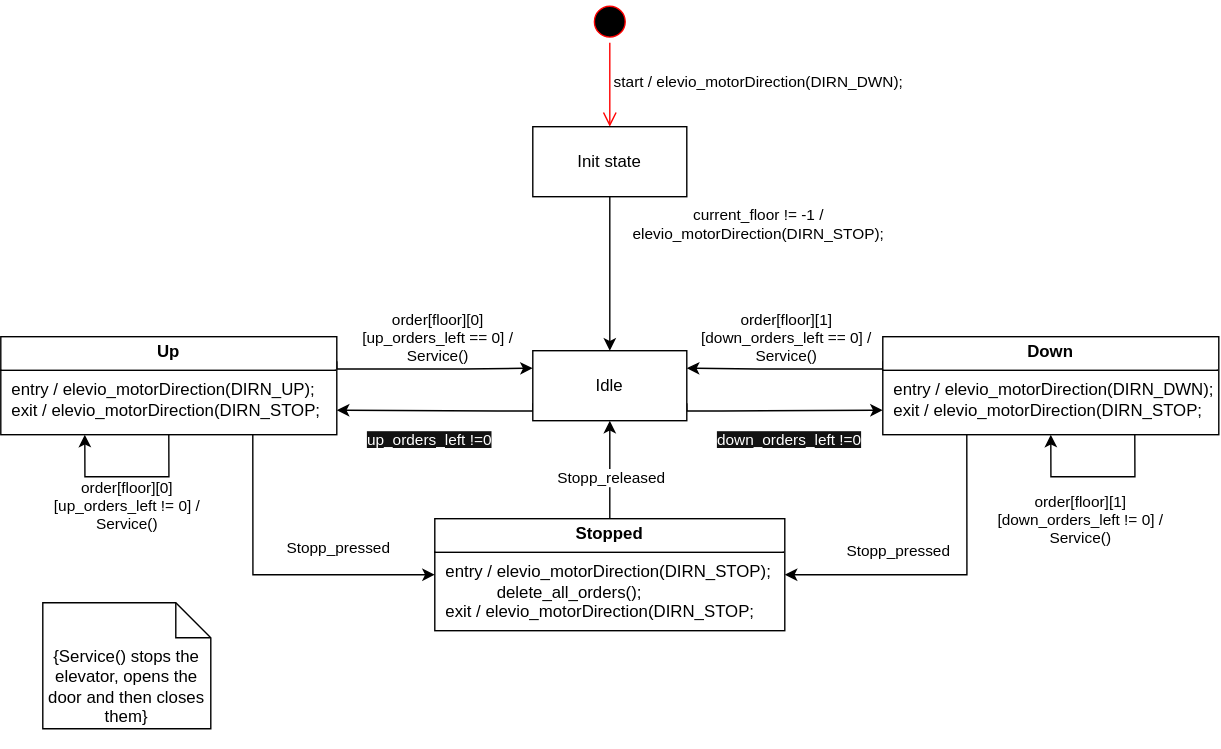
Above: Rapport/media/State_diagram2.svg in Wiacer/Heislab (draw.io), before the change. Source tidied: cells renumbered, new cells last; positions are measured from the earlier drawing's top-left corner, leaving out a move shared by most shapes. The source it was exported from:
```xml
<mxGraphModel>
  <root>
    <mxCell id="0" />
    <mxCell id="1" parent="0" />
    <mxCell id="2" style="ellipse;html=1;shape=startState;fillColor=#000000;strokeColor=#ff0000;" parent="1" vertex="1">
      <mxGeometry x="420" width="30" height="30" as="geometry" />
    </mxCell>
    <mxCell id="3" style="edgeStyle=orthogonalEdgeStyle;html=1;verticalAlign=bottom;endArrow=open;endSize=8;strokeColor=#ff0000;rounded=0;" parent="1" edge="1" source="2">
      <mxGeometry relative="1" as="geometry">
        <mxPoint x="435" y="90" as="targetPoint" />
      </mxGeometry>
    </mxCell>
    <mxCell id="4" value="start / elevio_motorDirection(DIRN_DWN);" style="edgeLabel;html=1;align=center;verticalAlign=middle;" parent="3" vertex="1">
      <mxGeometry x="-0.09" y="-1" relative="1" as="geometry">
        <mxPoint x="106" as="offset" />
      </mxGeometry>
    </mxCell>
    <mxCell id="5" style="edgeStyle=orthogonalEdgeStyle;rounded=0;jettySize=auto;html=1;entryX=0.5;entryY=0;entryDx=0;entryDy=0;" parent="1" edge="1" source="7" target="10">
      <mxGeometry relative="1" as="geometry" />
    </mxCell>
    <mxCell id="6" value="current_floor != -1 /&lt;br&gt;&amp;nbsp;elevio_motorDirection(DIRN_STOP);&amp;nbsp;" style="edgeLabel;html=1;align=center;verticalAlign=middle;" parent="5" vertex="1">
      <mxGeometry x="0.06" y="2" relative="1" as="geometry">
        <mxPoint x="103" y="-39" as="offset" />
      </mxGeometry>
    </mxCell>
    <mxCell id="7" value="Init state" style="html=1;whiteSpace=wrap;" parent="1" vertex="1">
      <mxGeometry x="380" y="90" width="110" height="50" as="geometry" />
    </mxCell>
    <mxCell id="8" style="edgeStyle=orthogonalEdgeStyle;rounded=0;jettySize=auto;html=1;exitX=0;exitY=0.75;exitDx=0;exitDy=0;entryX=1;entryY=0.75;entryDx=0;entryDy=0;" parent="1" edge="1" source="10" target="13">
      <mxGeometry relative="1" as="geometry">
        <Array as="points">
          <mxPoint x="380" y="293" />
          <mxPoint x="355" y="293" />
        </Array>
      </mxGeometry>
    </mxCell>
    <mxCell id="9" style="edgeStyle=orthogonalEdgeStyle;rounded=0;jettySize=auto;html=1;exitX=1;exitY=0.75;exitDx=0;exitDy=0;entryX=0;entryY=0.75;entryDx=0;entryDy=0;" parent="1" edge="1" source="10" target="17">
      <mxGeometry relative="1" as="geometry">
        <Array as="points">
          <mxPoint x="490" y="293" />
          <mxPoint x="515" y="293" />
        </Array>
      </mxGeometry>
    </mxCell>
    <mxCell id="10" value="Idle" style="html=1;whiteSpace=wrap;" parent="1" vertex="1">
      <mxGeometry x="380" y="250" width="110" height="50" as="geometry" />
    </mxCell>
    <mxCell id="11" style="edgeStyle=orthogonalEdgeStyle;rounded=0;jettySize=auto;html=1;exitX=0.75;exitY=1;exitDx=0;exitDy=0;entryX=0;entryY=0.5;entryDx=0;entryDy=0;" parent="1" edge="1" source="13" target="29">
      <mxGeometry relative="1" as="geometry" />
    </mxCell>
    <mxCell id="12" style="edgeStyle=orthogonalEdgeStyle;rounded=0;jettySize=auto;html=1;exitX=1;exitY=0.25;exitDx=0;exitDy=0;entryX=0;entryY=0.25;entryDx=0;entryDy=0;" parent="1" edge="1" source="13" target="10">
      <mxGeometry relative="1" as="geometry">
        <Array as="points">
          <mxPoint x="330" y="263" />
          <mxPoint x="355" y="263" />
        </Array>
      </mxGeometry>
    </mxCell>
    <mxCell id="13" value="&lt;p style=&quot;margin: 4px 0px 0px; text-align: center;&quot;&gt;&lt;b style=&quot;&quot;&gt;Up&lt;/b&gt;&lt;/p&gt;&lt;hr size=&quot;1&quot; style=&quot;border-style:solid;&quot;&gt;&lt;p style=&quot;margin:0px;margin-left:8px;&quot;&gt;&lt;span style=&quot;background-color: transparent; color: light-dark(rgb(0, 0, 0), rgb(255, 255, 255));&quot;&gt;entry / elevio_motorDirection(DIRN_UP);&lt;/span&gt;&lt;/p&gt;&lt;p style=&quot;margin:0px;margin-left:8px;&quot;&gt;exit / elevio_motorDirection(DIRN_STOP;&lt;span style=&quot;background-color: transparent; color: light-dark(rgb(0, 0, 0), rgb(255, 255, 255));&quot;&gt;&lt;/span&gt;&lt;/p&gt;" style="verticalAlign=top;align=left;overflow=fill;html=1;whiteSpace=wrap;" parent="1" vertex="1">
      <mxGeometry y="240" width="240" height="70" as="geometry" />
    </mxCell>
    <mxCell id="14" style="edgeStyle=orthogonalEdgeStyle;rounded=0;jettySize=auto;html=1;exitX=0.25;exitY=1;exitDx=0;exitDy=0;entryX=1;entryY=0.5;entryDx=0;entryDy=0;" parent="1" edge="1" source="17" target="29">
      <mxGeometry relative="1" as="geometry" />
    </mxCell>
    <mxCell id="15" value="Stopp_pressed" style="edgeLabel;html=1;align=center;verticalAlign=middle;" parent="14" vertex="1">
      <mxGeometry x="-0.42" y="-1" relative="1" as="geometry">
        <mxPoint x="-49" y="15" as="offset" />
      </mxGeometry>
    </mxCell>
    <mxCell id="16" style="edgeStyle=orthogonalEdgeStyle;rounded=0;jettySize=auto;html=1;exitX=0;exitY=0.25;exitDx=0;exitDy=0;entryX=1;entryY=0.25;entryDx=0;entryDy=0;" parent="1" edge="1" source="17" target="10">
      <mxGeometry relative="1" as="geometry">
        <Array as="points">
          <mxPoint x="540" y="263" />
          <mxPoint x="515" y="263" />
        </Array>
      </mxGeometry>
    </mxCell>
    <mxCell id="17" value="&lt;p style=&quot;margin: 4px 0px 0px; text-align: center;&quot;&gt;&lt;b&gt;Down&lt;/b&gt;&lt;/p&gt;&lt;hr size=&quot;1&quot; style=&quot;border-style:solid;&quot;&gt;&lt;p style=&quot;margin:0px;margin-left:8px;&quot;&gt;&lt;span style=&quot;background-color: transparent; color: light-dark(rgb(0, 0, 0), rgb(255, 255, 255));&quot;&gt;entry / elevio_motorDirection(DIRN_DWN&lt;/span&gt;&lt;span style=&quot;background-color: transparent; color: light-dark(rgb(0, 0, 0), rgb(255, 255, 255));&quot;&gt;);&lt;/span&gt;&lt;/p&gt;&lt;p style=&quot;margin:0px;margin-left:8px;&quot;&gt;exit / elevio_motorDirection(DIRN_STOP;&lt;span style=&quot;background-color: transparent; color: light-dark(rgb(0, 0, 0), rgb(255, 255, 255));&quot;&gt;&lt;/span&gt;&lt;/p&gt;" style="verticalAlign=top;align=left;overflow=fill;html=1;whiteSpace=wrap;" parent="1" vertex="1">
      <mxGeometry x="630" y="240" width="240" height="70" as="geometry" />
    </mxCell>
    <mxCell id="18" style="edgeStyle=orthogonalEdgeStyle;rounded=0;orthogonalLoop=1;jettySize=auto;html=1;exitX=0.5;exitY=1;exitDx=0;exitDy=0;entryX=0.25;entryY=1;entryDx=0;entryDy=0;" parent="1" edge="1" source="13" target="13">
      <mxGeometry relative="1" as="geometry">
        <Array as="points">
          <mxPoint x="120" y="340" />
          <mxPoint x="60" y="340" />
        </Array>
      </mxGeometry>
    </mxCell>
    <mxCell id="19" value="order[floor][0]&lt;br&gt;[up_orders_left != 0] / &lt;br&gt;Service()" style="edgeLabel;html=1;align=center;verticalAlign=middle;" parent="18" vertex="1">
      <mxGeometry x="-0.01" y="1" relative="1" as="geometry">
        <mxPoint x="-1" y="19" as="offset" />
      </mxGeometry>
    </mxCell>
    <mxCell id="20" style="edgeStyle=orthogonalEdgeStyle;rounded=0;jettySize=auto;html=1;exitX=0.75;exitY=1;exitDx=0;exitDy=0;entryX=0.5;entryY=1;entryDx=0;entryDy=0;" parent="1" edge="1" target="17">
      <mxGeometry relative="1" as="geometry">
        <mxPoint x="810" y="310" as="sourcePoint" />
        <Array as="points">
          <mxPoint x="810" y="340" />
          <mxPoint x="750" y="340" />
        </Array>
      </mxGeometry>
    </mxCell>
    <mxCell id="21" value="{Service() stops the elevator, opens the door and then closes them&lt;span style=&quot;background-color: transparent; color: light-dark(rgb(0, 0, 0), rgb(255, 255, 255));&quot;&gt;}&lt;/span&gt;&lt;div&gt;&lt;div&gt;&lt;br&gt;&lt;/div&gt;&lt;/div&gt;" style="shape=note2;boundedLbl=1;whiteSpace=wrap;html=1;size=25;verticalAlign=top;align=center;" parent="1" vertex="1">
      <mxGeometry x="30" y="430" width="120" height="90" as="geometry" />
    </mxCell>
    <mxCell id="22" value="order[floor][1]&lt;br&gt;[down_orders_left != 0] / &lt;br&gt;Service()" style="edgeLabel;html=1;align=center;verticalAlign=middle;" parent="1" vertex="1">
      <mxGeometry x="770" y="370" as="geometry" />
    </mxCell>
    <mxCell id="23" value="order[floor][1]&lt;br&gt;[down_orders_left == 0] / &lt;br&gt;Service()" style="edgeLabel;html=1;align=center;verticalAlign=middle;" parent="1" vertex="1">
      <mxGeometry x="560" y="240" as="geometry" />
    </mxCell>
    <mxCell id="24" value="order[floor][0]&lt;br&gt;[up_orders_left == 0] / &lt;br&gt;Service()" style="edgeLabel;html=1;align=center;verticalAlign=middle;" parent="1" vertex="1">
      <mxGeometry x="310" y="240" as="geometry">
        <mxPoint x="1" as="offset" />
      </mxGeometry>
    </mxCell>
    <mxCell id="25" value="&lt;span style=&quot;color: rgb(255, 255, 255); font-family: Helvetica; font-size: 11px; font-style: normal; font-variant-ligatures: normal; font-variant-caps: normal; font-weight: 400; letter-spacing: normal; orphans: 2; text-align: center; text-indent: 0px; text-transform: none; widows: 2; word-spacing: 0px; -webkit-text-stroke-width: 0px; white-space: nowrap; background-color: rgb(18, 18, 18); text-decoration-thickness: initial; text-decoration-style: initial; text-decoration-color: initial; display: inline !important; float: none;&quot;&gt;up_orders_left !=0&lt;/span&gt;" style="text;whiteSpace=wrap;html=1;" parent="1" vertex="1">
      <mxGeometry x="260" y="300" width="100" height="30" as="geometry" />
    </mxCell>
    <mxCell id="26" value="&lt;span style=&quot;color: rgb(255, 255, 255); font-family: Helvetica; font-size: 11px; font-style: normal; font-variant-ligatures: normal; font-variant-caps: normal; font-weight: 400; letter-spacing: normal; orphans: 2; text-align: center; text-indent: 0px; text-transform: none; widows: 2; word-spacing: 0px; -webkit-text-stroke-width: 0px; white-space: nowrap; background-color: rgb(18, 18, 18); text-decoration-thickness: initial; text-decoration-style: initial; text-decoration-color: initial; display: inline !important; float: none;&quot;&gt;down_orders_left !=0&lt;/span&gt;" style="text;whiteSpace=wrap;html=1;" parent="1" vertex="1">
      <mxGeometry x="510" y="300" width="100" height="30" as="geometry" />
    </mxCell>
    <mxCell id="27" style="edgeStyle=orthogonalEdgeStyle;rounded=0;jettySize=auto;html=1;" parent="1" edge="1" source="29" target="10">
      <mxGeometry relative="1" as="geometry" />
    </mxCell>
    <mxCell id="28" value="Stopp_released" style="edgeLabel;html=1;align=center;verticalAlign=middle;" parent="27" vertex="1">
      <mxGeometry x="-0.01" y="1" relative="1" as="geometry">
        <mxPoint x="1" y="5" as="offset" />
      </mxGeometry>
    </mxCell>
    <mxCell id="29" value="&lt;p style=&quot;margin: 4px 0px 0px; text-align: center;&quot;&gt;&lt;b&gt;Stopped&lt;/b&gt;&lt;/p&gt;&lt;hr size=&quot;1&quot; style=&quot;border-style:solid;&quot;&gt;&lt;p style=&quot;margin:0px;margin-left:8px;&quot;&gt;&lt;span style=&quot;background-color: transparent; color: light-dark(rgb(0, 0, 0), rgb(255, 255, 255));&quot;&gt;entry / elevio_motorDirection(DIRN_STOP&lt;/span&gt;&lt;span style=&quot;background-color: transparent; color: light-dark(rgb(0, 0, 0), rgb(255, 255, 255));&quot;&gt;);&lt;br&gt;&lt;span style=&quot;white-space: pre;&quot;&gt;&#9;&lt;/span&gt;&amp;nbsp; &amp;nbsp;delete_all_orders();&lt;br&gt;&lt;/span&gt;&lt;/p&gt;&lt;p style=&quot;margin:0px;margin-left:8px;&quot;&gt;exit / elevio_motorDirection(DIRN_STOP;&lt;span style=&quot;background-color: transparent; color: light-dark(rgb(0, 0, 0), rgb(255, 255, 255));&quot;&gt;&lt;/span&gt;&lt;/p&gt;" style="verticalAlign=top;align=left;overflow=fill;html=1;whiteSpace=wrap;" parent="1" vertex="1">
      <mxGeometry x="310" y="370" width="250" height="80" as="geometry" />
    </mxCell>
    <mxCell id="30" value="Stopp_pressed" style="edgeLabel;html=1;align=center;verticalAlign=middle;" parent="1" vertex="1">
      <mxGeometry x="240" y="390" as="geometry" />
    </mxCell>
  </root>
</mxGraphModel>
```
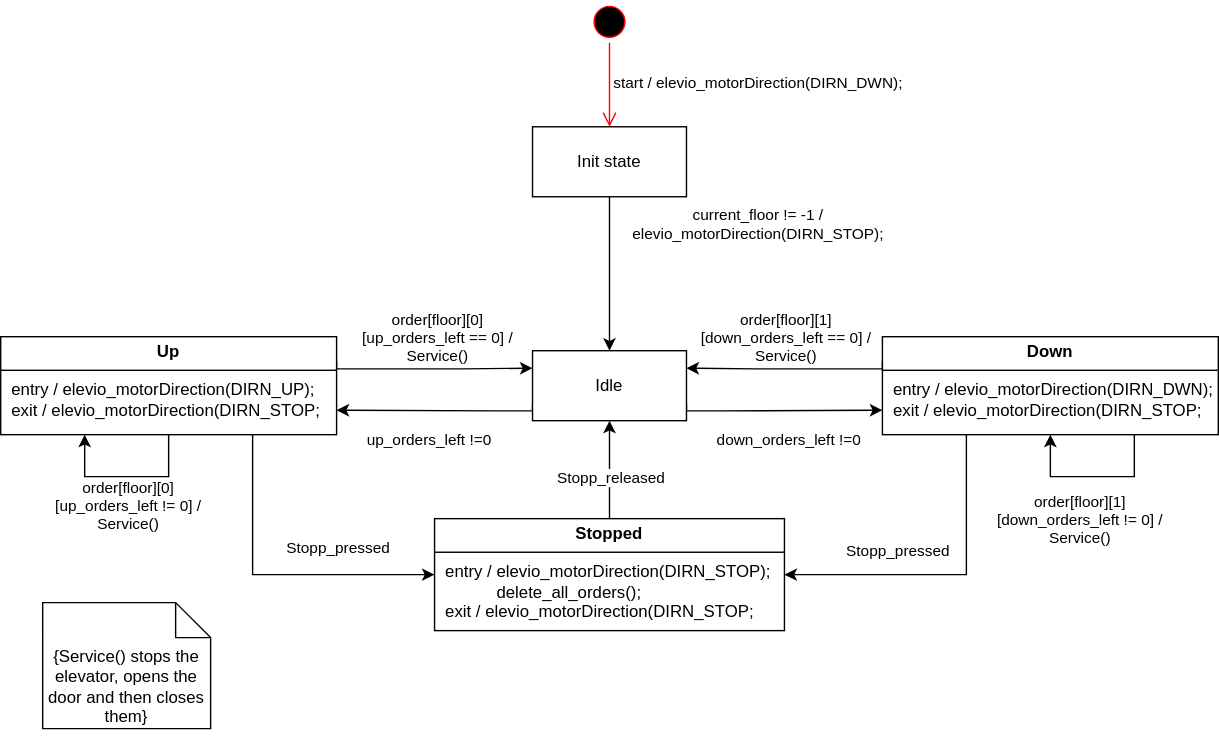
After the commit.

Diff of the diagram source:
```diff
@@ -114,10 +114,10 @@
         <mxPoint x="1" as="offset" />
       </mxGeometry>
     </mxCell>
-    <mxCell id="25" value="&lt;span style=&quot;color: rgb(255, 255, 255); font-family: Helvetica; font-size: 11px; font-style: normal; font-variant-ligatures: normal; font-variant-caps: normal; font-weight: 400; letter-spacing: normal; orphans: 2; text-align: center; text-indent: 0px; text-transform: none; widows: 2; word-spacing: 0px; -webkit-text-stroke-width: 0px; white-space: nowrap; background-color: rgb(18, 18, 18); text-decoration-thickness: initial; text-decoration-style: initial; text-decoration-color: initial; display: inline !important; float: none;&quot;&gt;up_orders_left !=0&lt;/span&gt;" style="text;whiteSpace=wrap;html=1;" parent="1" vertex="1">
+    <mxCell id="25" value="&lt;span style=&quot;font-family: Helvetica; font-size: 11px; font-style: normal; font-variant-ligatures: normal; font-variant-caps: normal; font-weight: 400; letter-spacing: normal; orphans: 2; text-align: center; text-indent: 0px; text-transform: none; widows: 2; word-spacing: 0px; -webkit-text-stroke-width: 0px; white-space: nowrap; text-decoration-thickness: initial; text-decoration-style: initial; text-decoration-color: initial; float: none; display: inline !important;&quot;&gt;up_orders_left !=0&lt;/span&gt;" style="text;whiteSpace=wrap;html=1;fontColor=default;labelBackgroundColor=none;" parent="1" vertex="1">
       <mxGeometry x="260" y="300" width="100" height="30" as="geometry" />
     </mxCell>
-    <mxCell id="26" value="&lt;span style=&quot;color: rgb(255, 255, 255); font-family: Helvetica; font-size: 11px; font-style: normal; font-variant-ligatures: normal; font-variant-caps: normal; font-weight: 400; letter-spacing: normal; orphans: 2; text-align: center; text-indent: 0px; text-transform: none; widows: 2; word-spacing: 0px; -webkit-text-stroke-width: 0px; white-space: nowrap; background-color: rgb(18, 18, 18); text-decoration-thickness: initial; text-decoration-style: initial; text-decoration-color: initial; display: inline !important; float: none;&quot;&gt;down_orders_left !=0&lt;/span&gt;" style="text;whiteSpace=wrap;html=1;" parent="1" vertex="1">
+    <mxCell id="26" value="&lt;span style=&quot;font-family: Helvetica; font-size: 11px; font-style: normal; font-variant-ligatures: normal; font-variant-caps: normal; font-weight: 400; letter-spacing: normal; orphans: 2; text-align: center; text-indent: 0px; text-transform: none; widows: 2; word-spacing: 0px; -webkit-text-stroke-width: 0px; white-space: nowrap; text-decoration-thickness: initial; text-decoration-style: initial; text-decoration-color: initial; float: none; display: inline !important;&quot;&gt;down_orders_left !=0&lt;/span&gt;" style="text;whiteSpace=wrap;html=1;labelBackgroundColor=none;fontColor=default;" parent="1" vertex="1">
       <mxGeometry x="510" y="300" width="100" height="30" as="geometry" />
     </mxCell>
     <mxCell id="27" style="edgeStyle=orthogonalEdgeStyle;rounded=0;jettySize=auto;html=1;" parent="1" edge="1" source="29" target="10">
```
